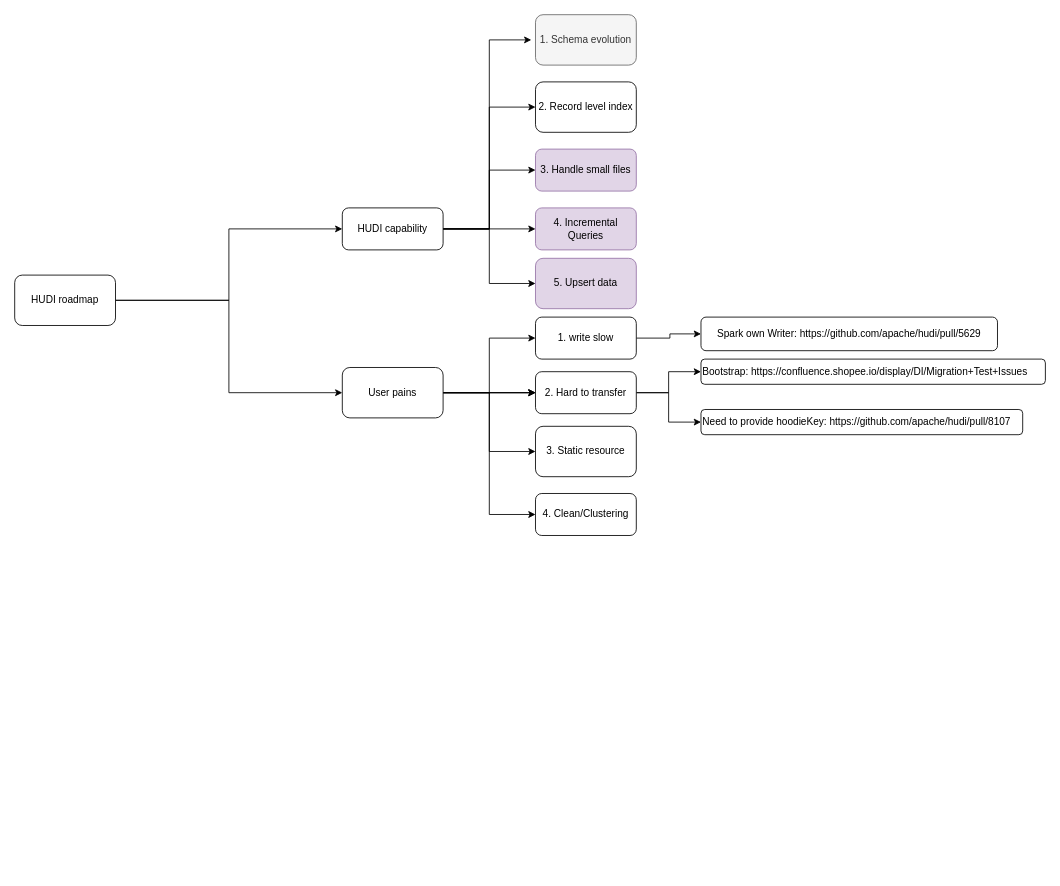
This is HUDI_roadmap.drawio from boneanxs/drawIo, a draw.io file, before an edit. Source tidied: cells renumbered, new cells numbered last; positions are measured from the earlier drawing's top-left corner, leaving out a move shared by most shapes. Both pictures are drawn from the tidied source at 84%, with x=0, y=0 at pixel (14, 14).
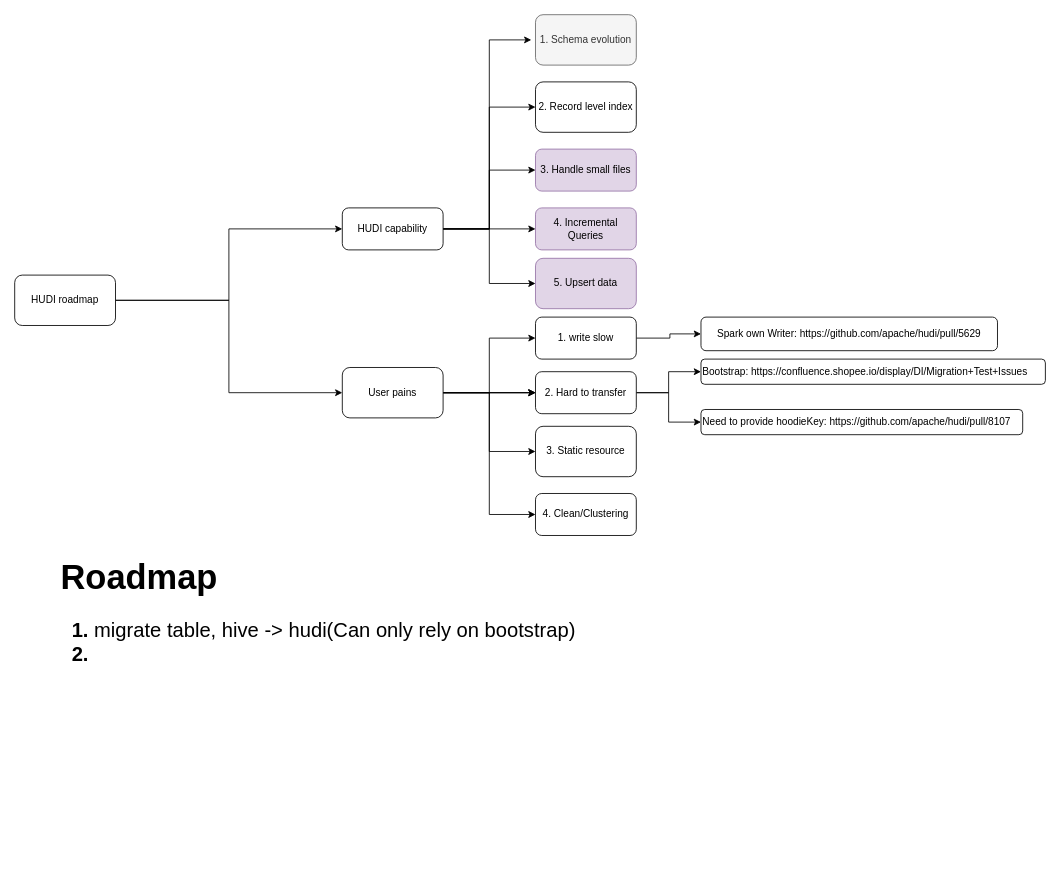
Above is the later version.

The edit, as a diff of the source:
```diff
@@
+    <mxCell id="33" value="&lt;h1&gt;&lt;span style=&quot;background-color: initial;&quot;&gt;&lt;font style=&quot;font-size: 41px;&quot;&gt;Roadmap&lt;/font&gt;&lt;/span&gt;&lt;/h1&gt;&lt;h1&gt;&lt;ol style=&quot;&quot;&gt;&lt;li&gt;&lt;span style=&quot;font-weight: 400;&quot;&gt;&lt;font style=&quot;font-size: 24px;&quot;&gt;migrate table, hive -&amp;gt; hudi(Can only rely on bootstrap)&lt;/font&gt;&lt;/span&gt;&lt;/li&gt;&lt;li&gt;&lt;span style=&quot;font-weight: 400;&quot;&gt;&lt;font style=&quot;font-size: 24px;&quot;&gt;&lt;br&gt;&lt;/font&gt;&lt;/span&gt;&lt;/li&gt;&lt;/ol&gt;&lt;/h1&gt;" style="text;html=1;strokeColor=none;fillColor=none;spacing=5;spacingTop=-20;whiteSpace=wrap;overflow=hidden;rounded=0;" parent="1" vertex="1">
+      <mxGeometry x="50" y="640" width="1100" height="380" as="geometry" />
+    </mxCell>
```
